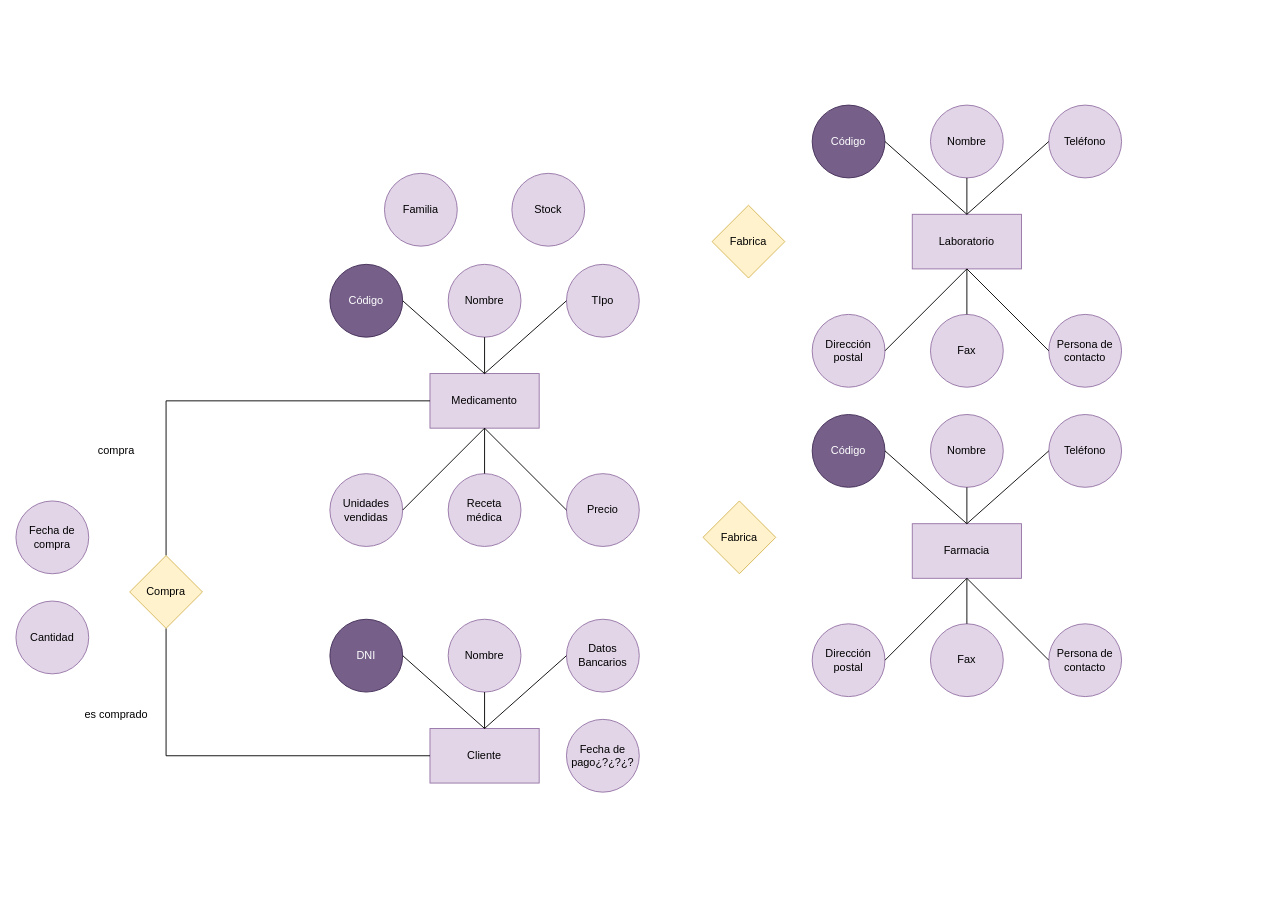
Earlier version of the draw.io diagram P1ADBD.drawio (Nestor-DF/ADBD-2024-2025-Practica01-PE). Source tidied: cells renumbered, new cells numbered last; positions are measured from the earlier drawing's top-left corner, leaving out a move shared by most shapes. Both pictures are drawn from the tidied source at 91%, with x=0, y=0 at pixel (15, 105).
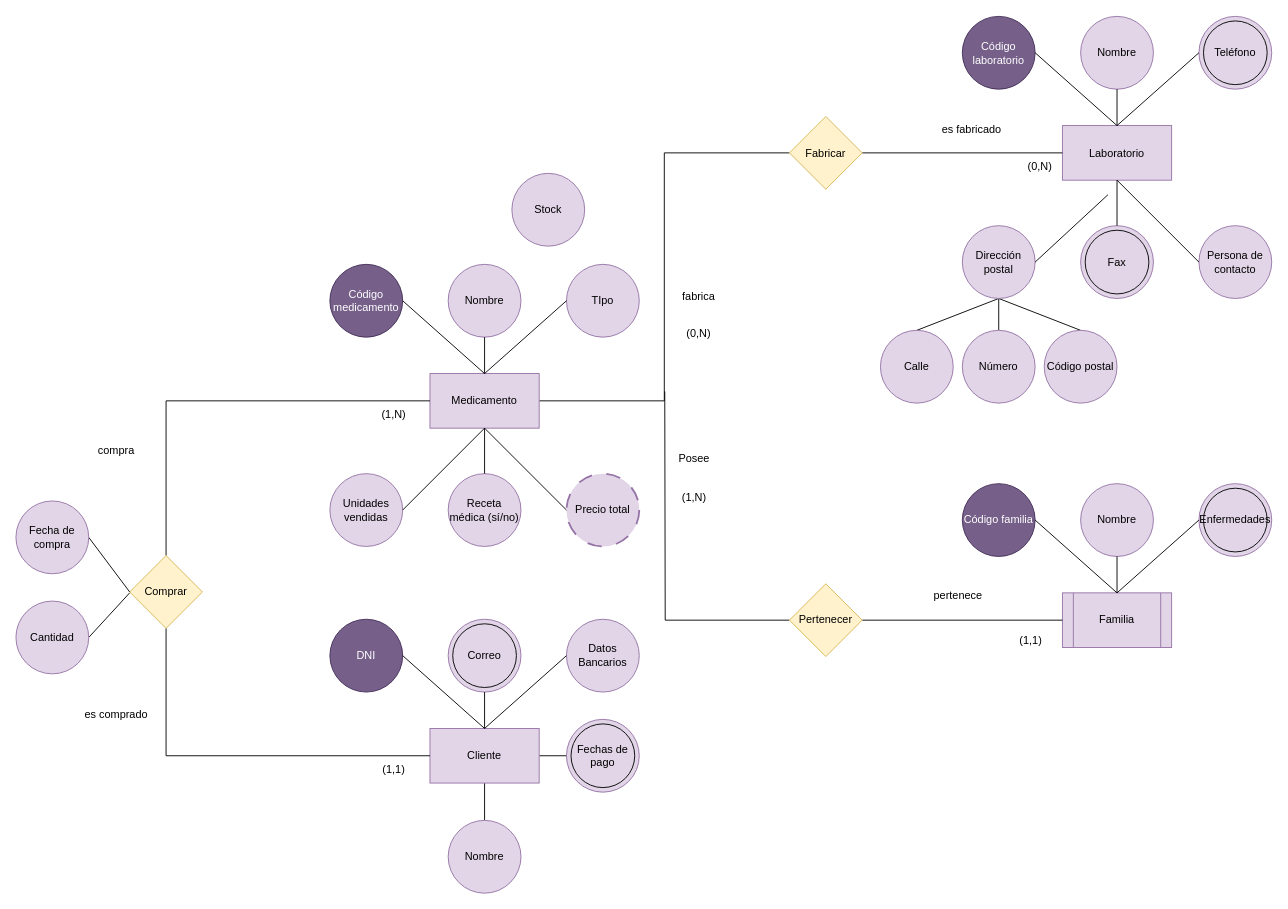
The same diagram, later.

Unchanged cells that the change refers to:
```xml
<mxCell id="2" value="Medicamento" style="rounded=0;whiteSpace=wrap;html=1;fillColor=#e1d5e7;strokeColor=#9673a6;" parent="1" vertex="1">
  <mxGeometry x="455" y="295" width="120" height="60" as="geometry" />
</mxCell>
<mxCell id="29" value="Cliente" style="rounded=0;whiteSpace=wrap;html=1;fillColor=#e1d5e7;strokeColor=#9673a6;" parent="1" vertex="1">
  <mxGeometry x="455" y="685" width="120" height="60" as="geometry" />
</mxCell>
<mxCell id="42" value="Cantidad" style="ellipse;whiteSpace=wrap;html=1;fillColor=#e1d5e7;strokeColor=#9673a6;" parent="1" vertex="1">
  <mxGeometry y="545" width="80" height="80" as="geometry" />
</mxCell>
<mxCell id="43" value="Fecha de compra" style="ellipse;whiteSpace=wrap;html=1;fillColor=#e1d5e7;strokeColor=#9673a6;" parent="1" vertex="1">
  <mxGeometry y="435" width="80" height="80" as="geometry" />
</mxCell>
```

Diff of the diagram source:
```diff
@@
+    <mxCell id="60" style="edgeStyle=orthogonalEdgeStyle;rounded=0;jettySize=auto;html=1;exitX=1;exitY=0.5;exitDx=0;exitDy=0;entryX=0;entryY=0.5;entryDx=0;entryDy=0;endArrow=none;endFill=0;" parent="1" edge="1" source="2" target="58">
+      <mxGeometry relative="1" as="geometry" />
+    </mxCell>
@@
-    <mxCell id="3" value="Código" style="ellipse;whiteSpace=wrap;html=1;fillColor=#76608a;strokeColor=#432D57;fontColor=#ffffff;" parent="1" vertex="1">
+    <mxCell id="3" value="Código medicamento" style="ellipse;whiteSpace=wrap;html=1;fillColor=#76608a;strokeColor=#432D57;fontColor=#ffffff;" parent="1" vertex="1">
       <mxGeometry x="345" y="175" width="80" height="80" as="geometry" />
     </mxCell>
@@
-    <mxCell id="8" value="Precio" style="ellipse;whiteSpace=wrap;html=1;fillColor=#e1d5e7;strokeColor=#9673a6;" parent="1" vertex="1">
+    <mxCell id="8" value="Precio total" style="ellipse;whiteSpace=wrap;html=1;fillColor=#e1d5e7;strokeColor=#9673a6;dashed=1;dashPattern=8 8;strokeWidth=2;" parent="1" vertex="1">
       <mxGeometry x="605" y="405" width="80" height="80" as="geometry" />
     </mxCell>
-    <mxCell id="9" value="Receta médica" style="ellipse;whiteSpace=wrap;html=1;fillColor=#e1d5e7;strokeColor=#9673a6;" parent="1" vertex="1">
+    <mxCell id="9" value="Receta médica (sí/no)" style="ellipse;whiteSpace=wrap;html=1;fillColor=#e1d5e7;strokeColor=#9673a6;" parent="1" vertex="1">
       <mxGeometry x="475" y="405" width="80" height="80" as="geometry" />
     </mxCell>
@@
-    <mxCell id="16" value="Laboratorio" style="rounded=0;whiteSpace=wrap;html=1;fillColor=#e1d5e7;strokeColor=#9673a6;" parent="1" vertex="1">
-      <mxGeometry x="985" y="120" width="120" height="60" as="geometry" />
-    </mxCell>
-    <mxCell id="17" value="Código" style="ellipse;whiteSpace=wrap;html=1;fillColor=#76608a;strokeColor=#432D57;fontColor=#ffffff;" parent="1" vertex="1">
-      <mxGeometry x="875" width="80" height="80" as="geometry" />
-    </mxCell>
-    <mxCell id="18" value="Teléfono" style="ellipse;whiteSpace=wrap;html=1;fillColor=#e1d5e7;strokeColor=#9673a6;" parent="1" vertex="1">
-      <mxGeometry x="1135" width="80" height="80" as="geometry" />
-    </mxCell>
-    <mxCell id="19" value="Nombre" style="ellipse;whiteSpace=wrap;html=1;fillColor=#e1d5e7;strokeColor=#9673a6;" parent="1" vertex="1">
-      <mxGeometry x="1005" width="80" height="80" as="geometry" />
-    </mxCell>
-    <mxCell id="20" value="Dirección postal" style="ellipse;whiteSpace=wrap;html=1;fillColor=#e1d5e7;strokeColor=#9673a6;" parent="1" vertex="1">
-      <mxGeometry x="875" y="230" width="80" height="80" as="geometry" />
-    </mxCell>
-    <mxCell id="21" value="Persona de contacto" style="ellipse;whiteSpace=wrap;html=1;fillColor=#e1d5e7;strokeColor=#9673a6;" parent="1" vertex="1">
-      <mxGeometry x="1135" y="230" width="80" height="80" as="geometry" />
-    </mxCell>
-    <mxCell id="22" value="Fax" style="ellipse;whiteSpace=wrap;html=1;fillColor=#e1d5e7;strokeColor=#9673a6;" parent="1" vertex="1">
-      <mxGeometry x="1005" y="230" width="80" height="80" as="geometry" />
-    </mxCell>
-    <mxCell id="23" style="endArrow=none;html=1;rounded=0;entryX=0.5;entryY=1;entryDx=0;entryDy=0;exitX=0.5;exitY=0;exitDx=0;exitDy=0;" parent="1" edge="1" source="16" target="19">
-      <mxGeometry relative="1" as="geometry" />
-    </mxCell>
-    <mxCell id="24" style="endArrow=none;html=1;rounded=0;entryX=0;entryY=0.5;entryDx=0;entryDy=0;" parent="1" edge="1" target="18">
-      <mxGeometry relative="1" as="geometry">
-        <mxPoint x="1045" y="120" as="sourcePoint" />
-      </mxGeometry>
-    </mxCell>
-    <mxCell id="25" style="endArrow=none;html=1;rounded=0;entryX=0;entryY=0.5;entryDx=0;entryDy=0;exitX=0.5;exitY=1;exitDx=0;exitDy=0;" parent="1" edge="1" source="16" target="21">
-      <mxGeometry relative="1" as="geometry" />
-    </mxCell>
-    <mxCell id="26" style="endArrow=none;html=1;rounded=0;entryX=0.5;entryY=0;entryDx=0;entryDy=0;" parent="1" edge="1" target="22">
-      <mxGeometry relative="1" as="geometry">
-        <mxPoint x="1045" y="180" as="sourcePoint" />
-      </mxGeometry>
-    </mxCell>
-    <mxCell id="27" style="endArrow=none;html=1;rounded=0;entryX=0.5;entryY=1;entryDx=0;entryDy=0;exitX=1;exitY=0.5;exitDx=0;exitDy=0;" parent="1" edge="1" source="20" target="16">
-      <mxGeometry relative="1" as="geometry" />
-    </mxCell>
-    <mxCell id="28" style="endArrow=none;html=1;rounded=0;entryX=1;entryY=0.5;entryDx=0;entryDy=0;" parent="1" edge="1" target="17">
-      <mxGeometry relative="1" as="geometry">
-        <mxPoint x="1045" y="120" as="sourcePoint" />
-      </mxGeometry>
-    </mxCell>
+    <mxCell id="61" style="edgeStyle=none;rounded=0;jettySize=auto;html=1;exitX=1;exitY=0.5;exitDx=0;exitDy=0;entryX=0;entryY=0.5;entryDx=0;entryDy=0;endArrow=none;endFill=0;" parent="1" edge="1" source="29" target="79">
+      <mxGeometry relative="1" as="geometry" />
+    </mxCell>
+    <mxCell id="62" style="edgeStyle=none;rounded=0;jettySize=auto;html=1;exitX=0.5;exitY=1;exitDx=0;exitDy=0;entryX=0.5;entryY=0;entryDx=0;entryDy=0;endArrow=none;endFill=0;" parent="1" edge="1" source="29" target="81">
+      <mxGeometry relative="1" as="geometry" />
+    </mxCell>
@@
-    <mxCell id="32" value="Nombre" style="ellipse;whiteSpace=wrap;html=1;fillColor=#e1d5e7;strokeColor=#9673a6;" parent="1" vertex="1">
+    <mxCell id="32" value="Correo" style="ellipse;whiteSpace=wrap;html=1;fillColor=#e1d5e7;strokeColor=#9673a6;" parent="1" vertex="1">
       <mxGeometry x="475" y="565" width="80" height="80" as="geometry" />
     </mxCell>
-    <mxCell id="33" value="Fecha de pago¿?¿?¿?" style="ellipse;whiteSpace=wrap;html=1;fillColor=#e1d5e7;strokeColor=#9673a6;" parent="1" vertex="1">
+    <mxCell id="33" value="Fechas de pago" style="ellipse;whiteSpace=wrap;html=1;fillColor=#e1d5e7;strokeColor=#9673a6;" parent="1" vertex="1">
       <mxGeometry x="605" y="675" width="80" height="80" as="geometry" />
     </mxCell>
@@
-    <mxCell id="39" value="Compra" style="rhombus;whiteSpace=wrap;html=1;fillColor=#fff2cc;strokeColor=#d6b656;" parent="1" vertex="1">
+    <mxCell id="39" value="Comprar" style="rhombus;whiteSpace=wrap;html=1;fillColor=#fff2cc;strokeColor=#d6b656;" parent="1" vertex="1">
       <mxGeometry x="125" y="495" width="80" height="80" as="geometry" />
     </mxCell>
@@
+    <mxCell id="63" style="edgeStyle=none;rounded=0;jettySize=auto;html=1;exitX=1;exitY=0.5;exitDx=0;exitDy=0;endArrow=none;endFill=0;" parent="1" edge="1" source="42">
+      <mxGeometry relative="1" as="geometry">
+        <mxPoint x="125" y="536" as="targetPoint" />
+      </mxGeometry>
+    </mxCell>
@@
+    <mxCell id="64" style="edgeStyle=none;rounded=0;jettySize=auto;html=1;exitX=1;exitY=0.5;exitDx=0;exitDy=0;entryX=0;entryY=0.5;entryDx=0;entryDy=0;endArrow=none;endFill=0;" parent="1" edge="1" source="43" target="39">
+      <mxGeometry relative="1" as="geometry" />
+    </mxCell>
@@
-    <mxCell id="44" value="Farmacia" style="rounded=0;whiteSpace=wrap;html=1;fillColor=#e1d5e7;strokeColor=#9673a6;" parent="1" vertex="1">
-      <mxGeometry x="985" y="460" width="120" height="60" as="geometry" />
+    <mxCell id="44" value="&lt;div&gt;Laboratorio&lt;/div&gt;" style="rounded=0;whiteSpace=wrap;html=1;fillColor=#e1d5e7;strokeColor=#9673a6;" parent="1" vertex="1">
+      <mxGeometry x="1150" y="22.5" width="120" height="60" as="geometry" />
     </mxCell>
-    <mxCell id="45" value="Código" style="ellipse;whiteSpace=wrap;html=1;fillColor=#76608a;strokeColor=#432D57;fontColor=#ffffff;" parent="1" vertex="1">
-      <mxGeometry x="875" y="340" width="80" height="80" as="geometry" />
+    <mxCell id="45" value="Código laboratorio" style="ellipse;whiteSpace=wrap;html=1;fillColor=#76608a;strokeColor=#432D57;fontColor=#ffffff;" parent="1" vertex="1">
+      <mxGeometry x="1040" y="-97.5" width="80" height="80" as="geometry" />
     </mxCell>
     <mxCell id="46" value="Teléfono" style="ellipse;whiteSpace=wrap;html=1;fillColor=#e1d5e7;strokeColor=#9673a6;" parent="1" vertex="1">
-      <mxGeometry x="1135" y="340" width="80" height="80" as="geometry" />
+      <mxGeometry x="1300" y="-97.5" width="80" height="80" as="geometry" />
     </mxCell>
     <mxCell id="47" value="Nombre" style="ellipse;whiteSpace=wrap;html=1;fillColor=#e1d5e7;strokeColor=#9673a6;" parent="1" vertex="1">
-      <mxGeometry x="1005" y="340" width="80" height="80" as="geometry" />
+      <mxGeometry x="1170" y="-97.5" width="80" height="80" as="geometry" />
     </mxCell>
+    <mxCell id="65" style="edgeStyle=none;rounded=0;jettySize=auto;html=1;exitX=0.5;exitY=1;exitDx=0;exitDy=0;entryX=0.5;entryY=0;entryDx=0;entryDy=0;endArrow=none;endFill=0;" parent="1" edge="1" source="48" target="69">
+      <mxGeometry relative="1" as="geometry" />
+    </mxCell>
+    <mxCell id="66" style="edgeStyle=none;rounded=0;jettySize=auto;html=1;exitX=0.5;exitY=1;exitDx=0;exitDy=0;entryX=0.5;entryY=0;entryDx=0;entryDy=0;endArrow=none;endFill=0;" parent="1" edge="1" source="48" target="71">
+      <mxGeometry relative="1" as="geometry" />
+    </mxCell>
+    <mxCell id="67" style="edgeStyle=none;rounded=0;jettySize=auto;html=1;exitX=0.5;exitY=1;exitDx=0;exitDy=0;entryX=0.5;entryY=0;entryDx=0;entryDy=0;endArrow=none;endFill=0;" parent="1" edge="1" source="48" target="70">
+      <mxGeometry relative="1" as="geometry" />
+    </mxCell>
     <mxCell id="48" value="Dirección postal" style="ellipse;whiteSpace=wrap;html=1;fillColor=#e1d5e7;strokeColor=#9673a6;" parent="1" vertex="1">
-      <mxGeometry x="875" y="570" width="80" height="80" as="geometry" />
+      <mxGeometry x="1040" y="132.5" width="80" height="80" as="geometry" />
     </mxCell>
     <mxCell id="49" value="Persona de contacto" style="ellipse;whiteSpace=wrap;html=1;fillColor=#e1d5e7;strokeColor=#9673a6;" parent="1" vertex="1">
-      <mxGeometry x="1135" y="570" width="80" height="80" as="geometry" />
+      <mxGeometry x="1300" y="132.5" width="80" height="80" as="geometry" />
     </mxCell>
     <mxCell id="50" value="Fax" style="ellipse;whiteSpace=wrap;html=1;fillColor=#e1d5e7;strokeColor=#9673a6;" parent="1" vertex="1">
-      <mxGeometry x="1005" y="570" width="80" height="80" as="geometry" />
+      <mxGeometry x="1170" y="132.5" width="80" height="80" as="geometry" />
     </mxCell>
@@
     <mxCell id="52" style="endArrow=none;html=1;rounded=0;entryX=0;entryY=0.5;entryDx=0;entryDy=0;" parent="1" edge="1" target="46">
       <mxGeometry relative="1" as="geometry">
-        <mxPoint x="1045" y="460" as="sourcePoint" />
+        <mxPoint x="1210" y="22.5" as="sourcePoint" />
       </mxGeometry>
     </mxCell>
@@
     <mxCell id="54" style="endArrow=none;html=1;rounded=0;entryX=0.5;entryY=0;entryDx=0;entryDy=0;" parent="1" edge="1" target="50">
       <mxGeometry relative="1" as="geometry">
-        <mxPoint x="1045" y="520" as="sourcePoint" />
+        <mxPoint x="1210" y="82.5" as="sourcePoint" />
       </mxGeometry>
     </mxCell>
-    <mxCell id="55" style="endArrow=none;html=1;rounded=0;entryX=0.5;entryY=1;entryDx=0;entryDy=0;exitX=1;exitY=0.5;exitDx=0;exitDy=0;" parent="1" edge="1" source="48" target="44">
-      <mxGeometry relative="1" as="geometry" />
+    <mxCell id="55" style="endArrow=none;html=1;rounded=0;exitX=1;exitY=0.5;exitDx=0;exitDy=0;" parent="1" edge="1" source="48">
+      <mxGeometry relative="1" as="geometry">
+        <mxPoint x="1200" y="98.5" as="targetPoint" />
+      </mxGeometry>
     </mxCell>
     <mxCell id="56" style="endArrow=none;html=1;rounded=0;entryX=1;entryY=0.5;entryDx=0;entryDy=0;" parent="1" edge="1" target="45">
       <mxGeometry relative="1" as="geometry">
-        <mxPoint x="1045" y="460" as="sourcePoint" />
+        <mxPoint x="1210" y="22.5" as="sourcePoint" />
       </mxGeometry>
     </mxCell>
-    <mxCell id="57" value="Fabrica" style="rhombus;whiteSpace=wrap;html=1;fillColor=#fff2cc;strokeColor=#d6b656;" parent="1" vertex="1">
-      <mxGeometry x="765" y="110" width="80" height="80" as="geometry" />
-    </mxCell>
+    <mxCell id="68" style="edgeStyle=none;rounded=0;jettySize=auto;html=1;exitX=1;exitY=0.5;exitDx=0;exitDy=0;entryX=0;entryY=0.5;entryDx=0;entryDy=0;endArrow=none;endFill=0;" parent="1" edge="1" source="58" target="44">
+      <mxGeometry relative="1" as="geometry" />
+    </mxCell>
-    <mxCell id="58" value="Fabrica" style="rhombus;whiteSpace=wrap;html=1;fillColor=#fff2cc;strokeColor=#d6b656;" parent="1" vertex="1">
-      <mxGeometry x="755" y="435" width="80" height="80" as="geometry" />
+    <mxCell id="58" value="Fabricar" style="rhombus;whiteSpace=wrap;html=1;fillColor=#fff2cc;strokeColor=#d6b656;" parent="1" vertex="1">
+      <mxGeometry x="850" y="12.5" width="80" height="80" as="geometry" />
     </mxCell>
+    <mxCell id="69" value="Número" style="ellipse;whiteSpace=wrap;html=1;fillColor=#e1d5e7;strokeColor=#9673a6;" parent="1" vertex="1">
+      <mxGeometry x="1040" y="247.5" width="80" height="80" as="geometry" />
+    </mxCell>
+    <mxCell id="70" value="Calle" style="ellipse;whiteSpace=wrap;html=1;fillColor=#e1d5e7;strokeColor=#9673a6;" parent="1" vertex="1">
+      <mxGeometry x="950" y="247.5" width="80" height="80" as="geometry" />
+    </mxCell>
+    <mxCell id="71" value="Código postal" style="ellipse;whiteSpace=wrap;html=1;fillColor=#e1d5e7;strokeColor=#9673a6;" parent="1" vertex="1">
+      <mxGeometry x="1130" y="247.5" width="80" height="80" as="geometry" />
+    </mxCell>
+    <mxCell id="72" style="ellipse;whiteSpace=wrap;html=1;fillColor=none;" parent="1" vertex="1">
+      <mxGeometry x="1305" y="-92.5" width="70" height="70" as="geometry" />
+    </mxCell>
+    <mxCell id="73" value="(1,N)" style="text;html=1;align=center;verticalAlign=middle;strokeColor=none;fillColor=none;" parent="1" vertex="1">
+      <mxGeometry x="390" y="325" width="50" height="30" as="geometry" />
+    </mxCell>
+    <mxCell id="74" value="(1,1)" style="text;html=1;align=center;verticalAlign=middle;strokeColor=none;fillColor=none;" parent="1" vertex="1">
+      <mxGeometry x="390" y="715" width="50" height="30" as="geometry" />
+    </mxCell>
+    <mxCell id="75" value="fabrica" style="text;html=1;align=center;verticalAlign=middle;strokeColor=none;fillColor=none;" parent="1" vertex="1">
+      <mxGeometry x="720" y="196" width="60" height="30" as="geometry" />
+    </mxCell>
+    <mxCell id="76" value="es fabricado" style="text;html=1;align=center;verticalAlign=middle;strokeColor=none;fillColor=none;" parent="1" vertex="1">
+      <mxGeometry x="1005" y="11.5" width="90" height="30" as="geometry" />
+    </mxCell>
+    <mxCell id="77" value="(0,N)" style="text;html=1;align=center;verticalAlign=middle;strokeColor=none;fillColor=none;" parent="1" vertex="1">
+      <mxGeometry x="725" y="236" width="50" height="30" as="geometry" />
+    </mxCell>
+    <mxCell id="78" value="(0,N)" style="text;html=1;align=center;verticalAlign=middle;strokeColor=none;fillColor=none;" parent="1" vertex="1">
+      <mxGeometry x="1100" y="52.5" width="50" height="30" as="geometry" />
+    </mxCell>
+    <mxCell id="79" style="ellipse;whiteSpace=wrap;html=1;fillColor=none;" parent="1" vertex="1">
+      <mxGeometry x="610" y="680" width="70" height="70" as="geometry" />
+    </mxCell>
+    <mxCell id="80" style="ellipse;whiteSpace=wrap;html=1;fillColor=none;" parent="1" vertex="1">
+      <mxGeometry x="480" y="570" width="70" height="70" as="geometry" />
+    </mxCell>
+    <mxCell id="81" value="Nombre" style="ellipse;whiteSpace=wrap;html=1;fillColor=#e1d5e7;strokeColor=#9673a6;" parent="1" vertex="1">
+      <mxGeometry x="475" y="786" width="80" height="80" as="geometry" />
+    </mxCell>
-    <mxCell id="59" value="&lt;div&gt;Familia&lt;/div&gt;" style="ellipse;whiteSpace=wrap;html=1;fillColor=#e1d5e7;strokeColor=#9673a6;" parent="1" vertex="1">
-      <mxGeometry x="405" y="75" width="80" height="80" as="geometry" />
+    <mxCell id="59" value="Familia" style="shape=process;whiteSpace=wrap;html=1;backgroundOutline=1;fillColor=#e1d5e7;strokeColor=#9673a6;" parent="1" vertex="1">
+      <mxGeometry x="1150" y="536" width="120" height="60" as="geometry" />
     </mxCell>
+    <mxCell id="82" value="Código familia" style="ellipse;whiteSpace=wrap;html=1;fillColor=#76608a;strokeColor=#432D57;fontColor=#ffffff;" parent="1" vertex="1">
+      <mxGeometry x="1040" y="416" width="80" height="80" as="geometry" />
+    </mxCell>
+    <mxCell id="83" value="Enfermedades" style="ellipse;whiteSpace=wrap;html=1;fillColor=#e1d5e7;strokeColor=#9673a6;" parent="1" vertex="1">
+      <mxGeometry x="1300" y="416" width="80" height="80" as="geometry" />
+    </mxCell>
+    <mxCell id="84" value="Nombre" style="ellipse;whiteSpace=wrap;html=1;fillColor=#e1d5e7;strokeColor=#9673a6;" parent="1" vertex="1">
+      <mxGeometry x="1170" y="416" width="80" height="80" as="geometry" />
+    </mxCell>
+    <mxCell id="85" style="endArrow=none;html=1;rounded=0;entryX=0.5;entryY=1;entryDx=0;entryDy=0;exitX=0.5;exitY=0;exitDx=0;exitDy=0;" parent="1" edge="1" source="59" target="84">
+      <mxGeometry relative="1" as="geometry" />
+    </mxCell>
+    <mxCell id="86" style="endArrow=none;html=1;rounded=0;entryX=0;entryY=0.5;entryDx=0;entryDy=0;" parent="1" edge="1" target="83">
+      <mxGeometry relative="1" as="geometry">
+        <mxPoint x="1210" y="536" as="sourcePoint" />
+      </mxGeometry>
+    </mxCell>
+    <mxCell id="87" style="endArrow=none;html=1;rounded=0;entryX=1;entryY=0.5;entryDx=0;entryDy=0;" parent="1" edge="1" target="82">
+      <mxGeometry relative="1" as="geometry">
+        <mxPoint x="1210" y="536" as="sourcePoint" />
+      </mxGeometry>
+    </mxCell>
+    <mxCell id="88" style="ellipse;whiteSpace=wrap;html=1;fillColor=none;" parent="1" vertex="1">
+      <mxGeometry x="1305" y="421" width="70" height="70" as="geometry" />
+    </mxCell>
+    <mxCell id="89" style="edgeStyle=none;rounded=0;jettySize=auto;html=1;exitX=1;exitY=0.5;exitDx=0;exitDy=0;entryX=0;entryY=0.5;entryDx=0;entryDy=0;endArrow=none;endFill=0;" parent="1" edge="1" source="91" target="59">
+      <mxGeometry relative="1" as="geometry" />
+    </mxCell>
+    <mxCell id="90" style="edgeStyle=orthogonalEdgeStyle;rounded=0;jettySize=auto;html=1;exitX=0;exitY=0.5;exitDx=0;exitDy=0;endArrow=none;endFill=0;" parent="1" edge="1" source="91">
+      <mxGeometry relative="1" as="geometry">
+        <mxPoint x="713" y="314.6" as="targetPoint" />
+      </mxGeometry>
+    </mxCell>
+    <mxCell id="91" value="Pertenecer" style="rhombus;whiteSpace=wrap;html=1;fillColor=#fff2cc;strokeColor=#d6b656;" parent="1" vertex="1">
+      <mxGeometry x="850" y="526" width="80" height="80" as="geometry" />
+    </mxCell>
+    <mxCell id="92" value="Posee" style="text;html=1;align=center;verticalAlign=middle;strokeColor=none;fillColor=none;" parent="1" vertex="1">
+      <mxGeometry x="715" y="374" width="60" height="30" as="geometry" />
+    </mxCell>
+    <mxCell id="93" value="(1,N)" style="text;html=1;align=center;verticalAlign=middle;strokeColor=none;fillColor=none;" parent="1" vertex="1">
+      <mxGeometry x="720" y="416" width="50" height="30" as="geometry" />
+    </mxCell>
+    <mxCell id="94" value="pertenece" style="text;html=1;align=center;verticalAlign=middle;strokeColor=none;fillColor=none;" parent="1" vertex="1">
+      <mxGeometry x="995" y="524" width="80" height="30" as="geometry" />
+    </mxCell>
+    <mxCell id="95" value="(1,1)" style="text;html=1;align=center;verticalAlign=middle;strokeColor=none;fillColor=none;" parent="1" vertex="1">
+      <mxGeometry x="1090" y="574" width="50" height="30" as="geometry" />
+    </mxCell>
+    <mxCell id="96" style="ellipse;whiteSpace=wrap;html=1;fillColor=none;" parent="1" vertex="1">
+      <mxGeometry x="1175" y="137.5" width="70" height="70" as="geometry" />
+    </mxCell>
```
